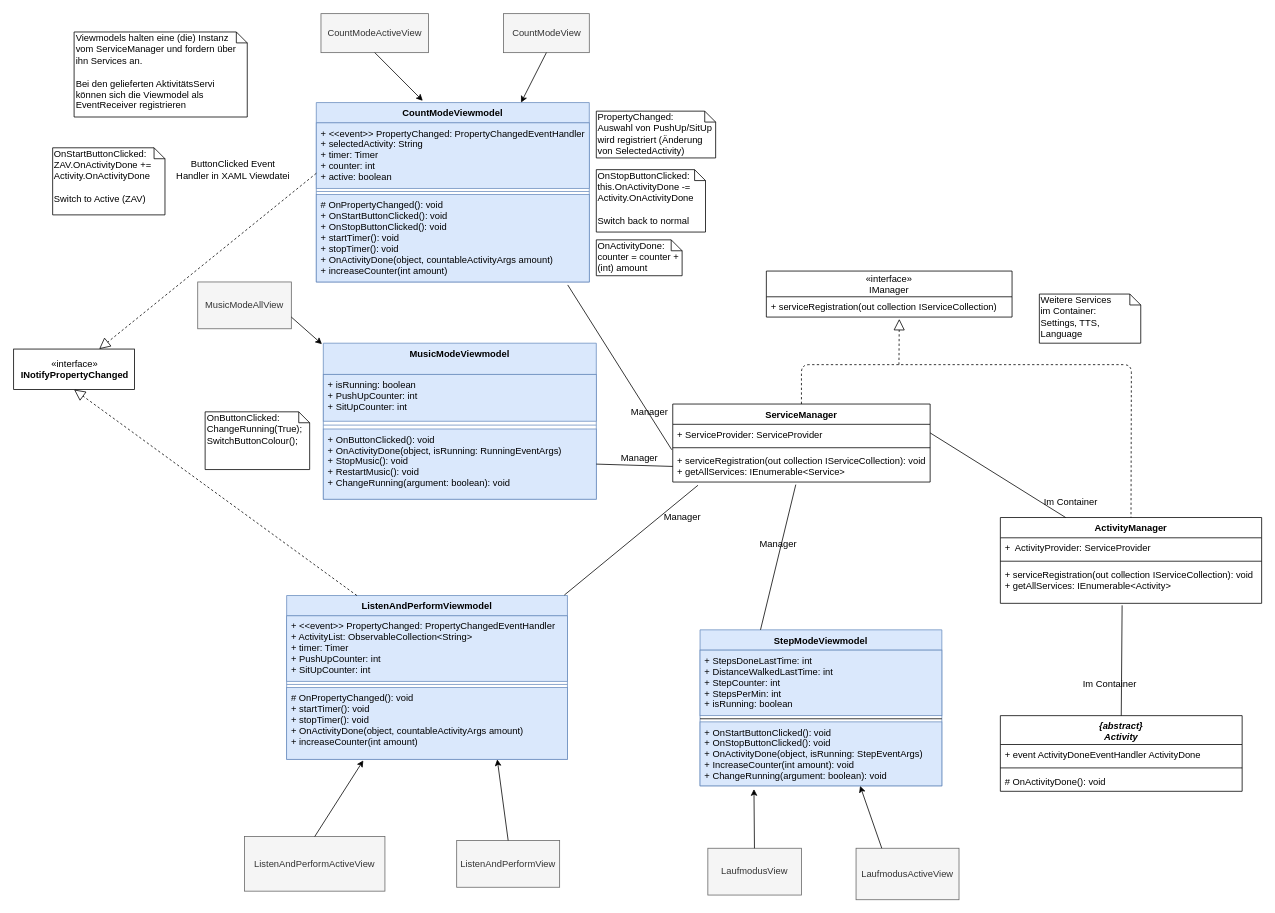
vlle1/dokumente-earablesKIT keeps this draw.io diagram as Entwurf/WeitereViewmodels.drawio. Above is the earlier version. Source tidied: cells renumbered, new cells numbered last; positions are measured from the earlier drawing's top-left corner, leaving out a move shared by most shapes. Both pictures are drawn from the tidied source at 78%, with x=0, y=0 at pixel (13, 13).
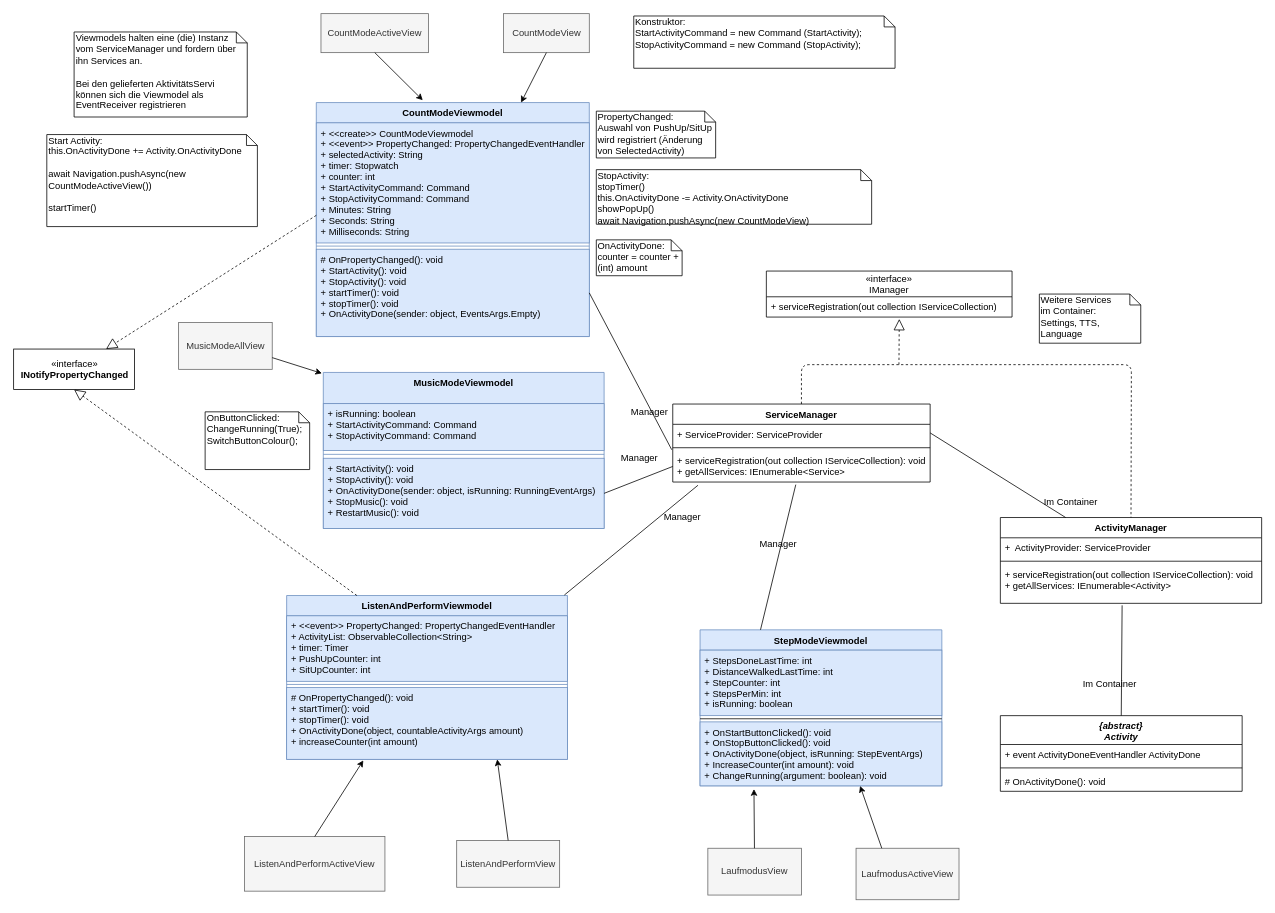
After the change.

Commit message:
Zählmodus Viewmodel fertig gestellt

Unchanged cells that the change refers to:
```xml
<mxCell id="22" value="+ serviceRegistration(out collection IServiceCollection): void&#10;+ getAllServices: IEnumerable&lt;Service&gt;" style="text;strokeColor=none;fillColor=none;align=left;verticalAlign=top;spacingLeft=4;spacingRight=4;overflow=hidden;points=[[0,0.5],[1,0.5]];portConstraint=eastwest;" parent="19" vertex="1">
  <mxGeometry y="60" width="330" height="40" as="geometry" />
</mxCell>
```

The edit, as a diff of the source:
```diff
@@
     <mxCell id="2" value="CountModeViewmodel&#10;" style="swimlane;fontStyle=1;align=center;verticalAlign=top;horizontal=1;startSize=26;fillColor=#dae8fc;strokeColor=#6c8ebf;" parent="1" vertex="1">
-      <mxGeometry x="388" y="114" width="350" height="230" as="geometry" />
+      <mxGeometry x="388" y="114" width="350" height="300" as="geometry" />
     </mxCell>
-    <mxCell id="3" value="+ &lt;&lt;event&gt;&gt; PropertyChanged: PropertyChangedEventHandler&#10;+ selectedActivity: String&#10;+ timer: Timer&#10;+ counter: int&#10;+ active: boolean" style="text;strokeColor=#6c8ebf;fillColor=#dae8fc;align=left;verticalAlign=top;spacingLeft=4;spacingRight=4;overflow=hidden;points=[[0,0.5],[1,0.5]];portConstraint=eastwest;" parent="2" vertex="1">
-      <mxGeometry y="26" width="350" height="84" as="geometry" />
+    <mxCell id="3" value="+ &lt;&lt;create&gt;&gt; CountModeViewmodel&#10;+ &lt;&lt;event&gt;&gt; PropertyChanged: PropertyChangedEventHandler&#10;+ selectedActivity: String&#10;+ timer: Stopwatch&#10;+ counter: int&#10;+ StartActivityCommand: Command&#10;+ StopActivityCommand: Command&#10;+ Minutes: String&#10;+ Seconds: String&#10;+ Milliseconds: String" style="text;strokeColor=#6c8ebf;fillColor=#dae8fc;align=left;verticalAlign=top;spacingLeft=4;spacingRight=4;overflow=hidden;points=[[0,0.5],[1,0.5]];portConstraint=eastwest;" parent="2" vertex="1">
+      <mxGeometry y="26" width="350" height="154" as="geometry" />
     </mxCell>
     <mxCell id="4" style="line;strokeWidth=1;fillColor=#dae8fc;align=left;verticalAlign=middle;spacingTop=-1;spacingLeft=3;spacingRight=3;labelPosition=right;strokeColor=#6c8ebf;" parent="2" vertex="1">
-      <mxGeometry y="110" width="350" height="8" as="geometry" />
+      <mxGeometry y="180" width="350" height="8" as="geometry" />
     </mxCell>
-    <mxCell id="5" value="# OnPropertyChanged(): void&#10;+ OnStartButtonClicked(): void&#10;+ OnStopButtonClicked(): void&#10;+ startTimer(): void&#10;+ stopTimer(): void&#10;+ OnActivityDone(object, countableActivityArgs amount)&#10;+ increaseCounter(int amount)&#10;&#10;" style="text;align=left;verticalAlign=top;spacingLeft=4;spacingRight=4;overflow=hidden;points=[[0,0.5],[1,0.5]];portConstraint=eastwest;fillColor=#dae8fc;strokeColor=#6c8ebf;" parent="2" vertex="1">
-      <mxGeometry y="118" width="350" height="112" as="geometry" />
+    <mxCell id="5" value="# OnPropertyChanged(): void&#10;+ StartActivity(): void&#10;+ StopActivity(): void&#10;+ startTimer(): void&#10;+ stopTimer(): void&#10;+ OnActivityDone(sender: object, EventsArgs.Empty)&#10;" style="text;align=left;verticalAlign=top;spacingLeft=4;spacingRight=4;overflow=hidden;points=[[0,0.5],[1,0.5]];portConstraint=eastwest;fillColor=#dae8fc;strokeColor=#6c8ebf;" parent="2" vertex="1">
+      <mxGeometry y="188" width="350" height="112" as="geometry" />
     </mxCell>
@@
-    <mxCell id="15" value="ButtonClicked Event &lt;br&gt;Handler in XAML Viewdatei" style="text;html=1;align=center;verticalAlign=middle;" parent="1" vertex="1">
-      <mxGeometry x="200.5" y="185" width="160" height="30" as="geometry" />
-    </mxCell>
-    <mxCell id="16" value="OnStartButtonClicked:&lt;br&gt;ZAV.OnActivityDone += Activity.OnActivityDone&lt;br&gt;&lt;br&gt;Switch to Active (ZAV)" style="shape=note;whiteSpace=wrap;html=1;size=14;verticalAlign=top;align=left;spacingTop=-6;" parent="1" vertex="1">
-      <mxGeometry x="50" y="172" width="144" height="86" as="geometry" />
+    <mxCell id="16" value="Start Activity:&lt;br&gt;this.OnActivityDone += Activity.OnActivityDone&lt;br&gt;&lt;br&gt;await Navigation.pushAsync(new CountModeActiveView())&lt;br&gt;&lt;br&gt;startTimer()" style="shape=note;whiteSpace=wrap;html=1;size=14;verticalAlign=top;align=left;spacingTop=-6;" parent="1" vertex="1">
+      <mxGeometry x="42.5" y="155" width="270" height="118" as="geometry" />
     </mxCell>
@@
-    <mxCell id="18" style="endArrow=none;html=1;entryX=-0.004;entryY=-0.035;entryDx=0;entryDy=0;entryPerimeter=0;exitX=0.921;exitY=1.034;exitDx=0;exitDy=0;exitPerimeter=0;" parent="1" edge="1" source="5" target="22">
+    <mxCell id="18" style="endArrow=none;html=1;entryX=-0.004;entryY=-0.035;entryDx=0;entryDy=0;entryPerimeter=0;exitX=1;exitY=0.5;exitDx=0;exitDy=0;" parent="1" edge="1" source="5" target="22">
       <mxGeometry relative="1" as="geometry" />
     </mxCell>
@@
     <mxCell id="38" value="MusicModeViewmodel" style="swimlane;fontStyle=1;align=center;verticalAlign=top;horizontal=1;startSize=40;fillColor=#dae8fc;strokeColor=#6c8ebf;" parent="1" vertex="1">
-      <mxGeometry x="397" y="422.5" width="350" height="200" as="geometry" />
+      <mxGeometry x="397" y="460" width="360" height="200" as="geometry" />
     </mxCell>
-    <mxCell id="39" value="+ isRunning: boolean&#10;+ PushUpCounter: int&#10;+ SitUpCounter: int" style="text;strokeColor=#6c8ebf;fillColor=#dae8fc;align=left;verticalAlign=top;spacingLeft=4;spacingRight=4;overflow=hidden;" parent="38" vertex="1">
-      <mxGeometry y="40" width="350" height="60" as="geometry" />
+    <mxCell id="39" value="+ isRunning: boolean&#10;+ StartActivityCommand: Command&#10;+ StopActivityCommand: Command&#10;" style="text;strokeColor=#6c8ebf;fillColor=#dae8fc;align=left;verticalAlign=top;spacingLeft=4;spacingRight=4;overflow=hidden;" parent="38" vertex="1">
+      <mxGeometry y="40" width="360" height="60" as="geometry" />
     </mxCell>
     <mxCell id="40" style="line;strokeWidth=1;fillColor=#dae8fc;align=left;verticalAlign=middle;spacingTop=-1;spacingLeft=3;spacingRight=3;labelPosition=right;strokeColor=#6c8ebf;" parent="38" vertex="1">
-      <mxGeometry y="100" width="350" height="10" as="geometry" />
+      <mxGeometry y="100" width="360" height="10" as="geometry" />
     </mxCell>
-    <mxCell id="41" value="+ OnButtonClicked(): void&#10;+ OnActivityDone(object, isRunning: RunningEventArgs)&#10;+ StopMusic(): void&#10;+ RestartMusic(): void&#10;+ ChangeRunning(argument: boolean): void" style="text;strokeColor=#6c8ebf;fillColor=#dae8fc;align=left;verticalAlign=top;spacingLeft=4;spacingRight=4;overflow=hidden;points=[[0,0.5],[1,0.5]];portConstraint=eastwest;" parent="38" vertex="1">
-      <mxGeometry y="110" width="350" height="90" as="geometry" />
+    <mxCell id="41" value="+ StartActivity(): void&#10;+ StopActivity(): void&#10;+ OnActivityDone(sender: object, isRunning: RunningEventArgs)&#10;+ StopMusic(): void&#10;+ RestartMusic(): void" style="text;strokeColor=#6c8ebf;fillColor=#dae8fc;align=left;verticalAlign=top;spacingLeft=4;spacingRight=4;overflow=hidden;points=[[0,0.5],[1,0.5]];portConstraint=eastwest;" parent="38" vertex="1">
+      <mxGeometry y="110" width="360" height="90" as="geometry" />
     </mxCell>
@@
-    <mxCell id="52" value="OnStopButtonClicked:&lt;br&gt;this.OnActivityDone -=&lt;br&gt;Activity.OnActivityDone&lt;br&gt;&lt;br&gt;Switch back to normal" style="shape=note;whiteSpace=wrap;html=1;size=14;verticalAlign=top;align=left;spacingTop=-6;" parent="1" vertex="1">
-      <mxGeometry x="747" y="200" width="140" height="80" as="geometry" />
+    <mxCell id="52" value="StopActivity:&lt;br&gt;stopTimer()&lt;br&gt;this.OnActivityDone -= Activity.OnActivityDone&lt;br&gt;showPopUp()&lt;br&gt;await Navigation.pushAsync(new CountModeView)" style="shape=note;whiteSpace=wrap;html=1;size=14;verticalAlign=top;align=left;spacingTop=-6;" parent="1" vertex="1">
+      <mxGeometry x="747" y="200" width="353" height="70" as="geometry" />
     </mxCell>
@@
     <mxCell id="55" value="MusicModeAllView" style="rounded=0;whiteSpace=wrap;html=1;fillColor=#f5f5f5;strokeColor=#666666;fontColor=#333333;" parent="1" vertex="1">
-      <mxGeometry x="236" y="344" width="120" height="60" as="geometry" />
+      <mxGeometry x="211.5" y="396" width="120" height="60" as="geometry" />
     </mxCell>
@@
+    <mxCell id="71" value="Konstruktor:&lt;br&gt;StartActivityCommand = new Command (StartActivity);&lt;br&gt;StopActivityCommand = new Command (StopActivity);" style="shape=note;whiteSpace=wrap;html=1;size=14;verticalAlign=top;align=left;spacingTop=-6;" parent="1" vertex="1">
+      <mxGeometry x="795" y="3" width="335" height="67" as="geometry" />
+    </mxCell>
```
